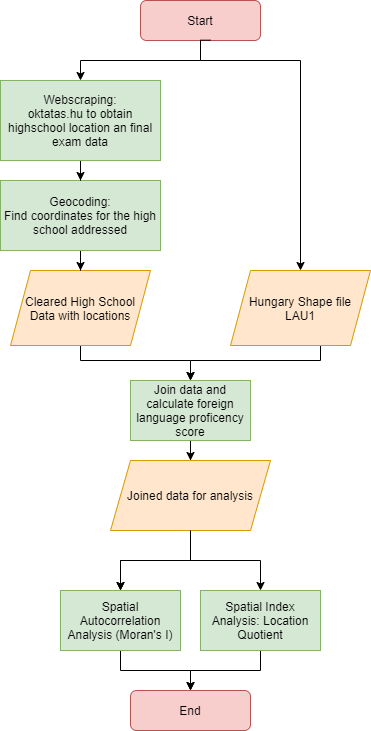
The draw.io diagram graphs&images/flowchart.png in botivegh/ucl-gis-2020-assessment, before a commit. Source tidied: cells renumbered, new cells last; positions are measured from the earlier drawing's top-left corner, leaving out a move shared by most shapes.
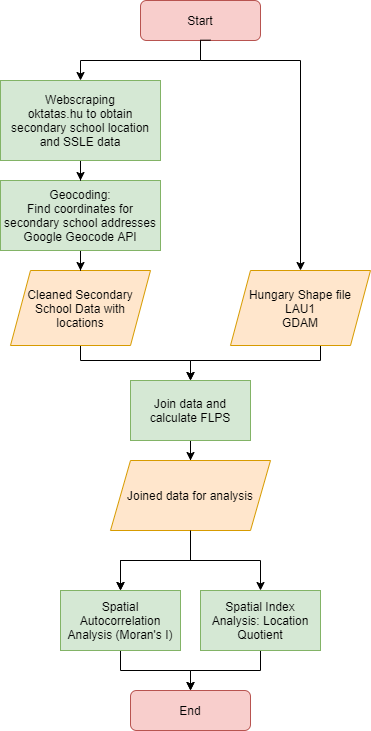
Later version of the same file.

Change to the diagram source:
```diff
@@ -16,7 +16,7 @@
         </Array>
       </mxGeometry>
     </mxCell>
-    <mxCell id="5" value="Hungary Shape file&lt;br&gt;LAU1" style="shape=parallelogram;perimeter=parallelogramPerimeter;whiteSpace=wrap;html=1;fixedSize=1;fillColor=#ffe6cc;strokeColor=#d79b00;" parent="1" vertex="1">
+    <mxCell id="5" value="Hungary Shape file&lt;br&gt;LAU1&lt;br&gt;GDAM" style="shape=parallelogram;perimeter=parallelogramPerimeter;whiteSpace=wrap;html=1;fixedSize=1;fillColor=#ffe6cc;strokeColor=#d79b00;" parent="1" vertex="1">
       <mxGeometry x="230" y="270" width="140" height="75" as="geometry" />
     </mxCell>
     <mxCell id="6" style="edgeStyle=orthogonalEdgeStyle;rounded=0;jettySize=auto;html=1;entryX=0.5;entryY=0;entryDx=0;entryDy=0;" parent="1" edge="1" source="7" target="13">
@@ -27,25 +27,25 @@
         </Array>
       </mxGeometry>
     </mxCell>
-    <mxCell id="7" value="Cleared High School Data with locations" style="shape=parallelogram;perimeter=parallelogramPerimeter;whiteSpace=wrap;html=1;fixedSize=1;fillColor=#ffe6cc;strokeColor=#d79b00;" parent="1" vertex="1">
+    <mxCell id="7" value="Cleaned Secondary School Data with locations" style="shape=parallelogram;perimeter=parallelogramPerimeter;whiteSpace=wrap;html=1;fixedSize=1;fillColor=#ffe6cc;strokeColor=#d79b00;" parent="1" vertex="1">
       <mxGeometry x="10" y="270" width="140" height="75" as="geometry" />
     </mxCell>
     <mxCell id="8" style="edgeStyle=orthogonalEdgeStyle;rounded=0;jettySize=auto;html=1;" parent="1" edge="1" source="9" target="7">
       <mxGeometry relative="1" as="geometry" />
     </mxCell>
-    <mxCell id="9" value="&lt;span&gt;Geocoding:&lt;/span&gt;&lt;br&gt;&lt;span&gt;Find coordinates for the high school addressed&lt;/span&gt;" style="rounded=0;whiteSpace=wrap;html=1;fillColor=#d5e8d4;strokeColor=#82b366;" parent="1" vertex="1">
+    <mxCell id="9" value="&lt;span&gt;Geocoding:&lt;/span&gt;&lt;br&gt;&lt;span&gt;Find coordinates for secondary school addresses&lt;br&gt;Google Geocode API&lt;br&gt;&lt;/span&gt;" style="rounded=0;whiteSpace=wrap;html=1;fillColor=#d5e8d4;strokeColor=#82b366;" parent="1" vertex="1">
       <mxGeometry y="180" width="160" height="70" as="geometry" />
     </mxCell>
     <mxCell id="10" style="edgeStyle=orthogonalEdgeStyle;rounded=0;jettySize=auto;html=1;" parent="1" edge="1" source="11" target="9">
       <mxGeometry relative="1" as="geometry" />
     </mxCell>
-    <mxCell id="11" value="&lt;span&gt;Webscraping:&lt;/span&gt;&lt;br&gt;&lt;span&gt;oktatas.hu to obtain highschool location an final exam data&lt;/span&gt;" style="rounded=0;whiteSpace=wrap;html=1;fillColor=#d5e8d4;strokeColor=#82b366;" parent="1" vertex="1">
+    <mxCell id="11" value="&lt;span&gt;Webscraping&lt;/span&gt;&lt;br&gt;&lt;span&gt;oktatas.hu to obtain secondary school location and SSLE data&lt;/span&gt;" style="rounded=0;whiteSpace=wrap;html=1;fillColor=#d5e8d4;strokeColor=#82b366;" parent="1" vertex="1">
       <mxGeometry y="80" width="160" height="80" as="geometry" />
     </mxCell>
     <mxCell id="12" style="edgeStyle=orthogonalEdgeStyle;rounded=0;jettySize=auto;html=1;" parent="1" edge="1" source="13" target="16">
       <mxGeometry relative="1" as="geometry" />
     </mxCell>
-    <mxCell id="13" value="Join data and calculate foreign language proficency score" style="whiteSpace=wrap;html=1;fillColor=#d5e8d4;strokeColor=#82b366;" parent="1" vertex="1">
+    <mxCell id="13" value="Join data and calculate FLPS" style="whiteSpace=wrap;html=1;fillColor=#d5e8d4;strokeColor=#82b366;" parent="1" vertex="1">
       <mxGeometry x="130" y="380" width="120" height="60" as="geometry" />
     </mxCell>
     <mxCell id="14" style="edgeStyle=orthogonalEdgeStyle;rounded=0;jettySize=auto;html=1;" parent="1" edge="1" source="16" target="18">
```
